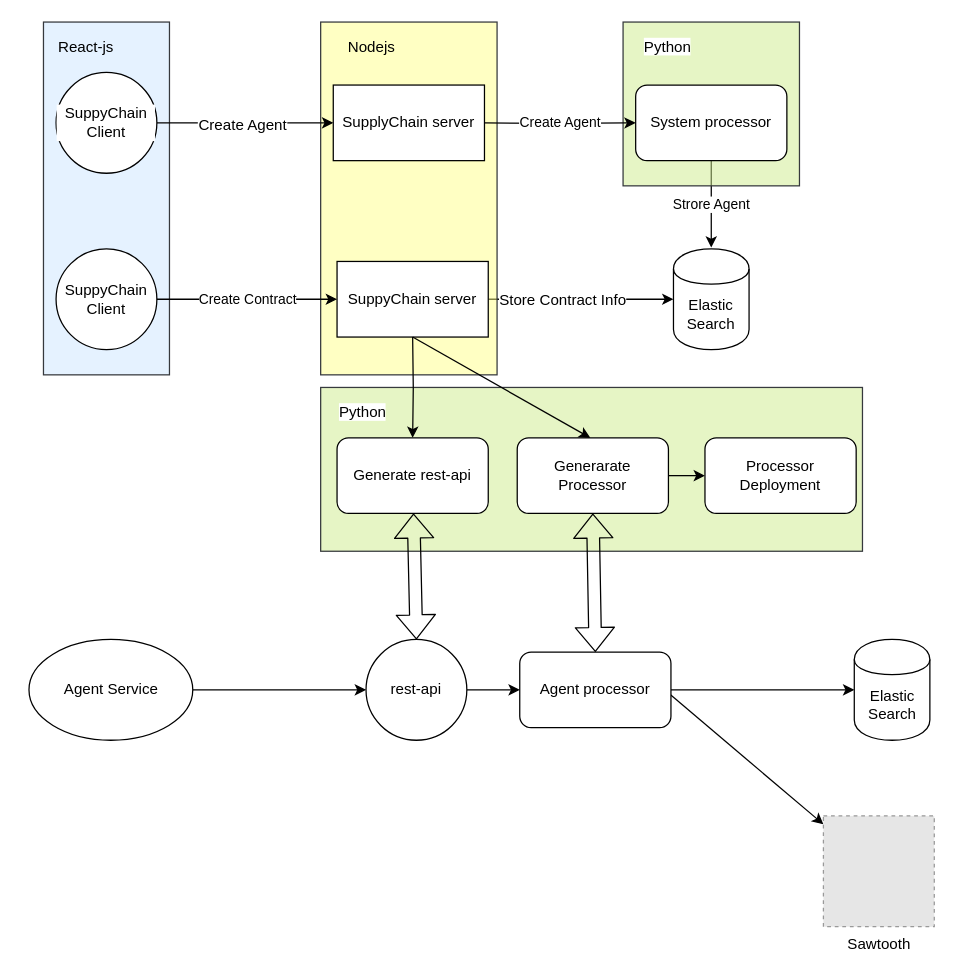
Before: page "Main" (1 of 2) of SupplyChainArchitecture.drawio in NTT-TNN/draw, a draw.io diagram. Source tidied: cells renumbered, new cells numbered last; positions are measured from the earlier drawing's top-left corner, leaving out a move shared by most shapes. Both pictures are drawn from the tidied source at 126%, with x=0, y=0 at pixel (28, 21). Pictures stored in the file or linked from it are replaced by grey dashed boxes.
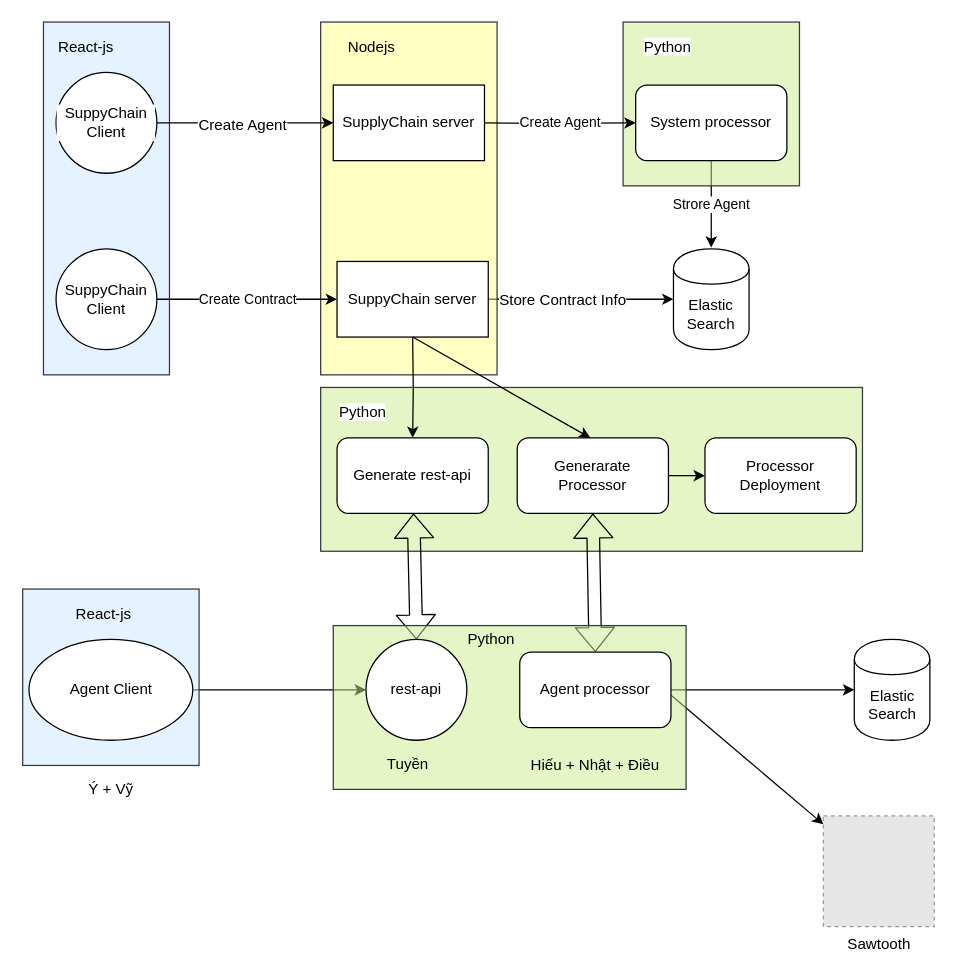
After the change.

The change refers to these unchanged cells:
```xml
<mxCell id="10" value="Elastic Search" style="shape=cylinder;whiteSpace=wrap;html=1;boundedLbl=1;backgroundOutline=1;" parent="1" vertex="1">
  <mxGeometry x="655.5" y="490" width="60" height="80" as="geometry" />
</mxCell>
<mxCell id="28" value="Generarate&lt;br&gt;Processor" style="rounded=1;whiteSpace=wrap;html=1;" parent="1" vertex="1">
  <mxGeometry x="388" y="330" width="120" height="60" as="geometry" />
</mxCell>
<mxCell id="31" value="Generate rest-api" style="rounded=1;whiteSpace=wrap;html=1;" parent="1" vertex="1">
  <mxGeometry x="245" y="330" width="120" height="60" as="geometry" />
</mxCell>
```

Change to the diagram source:
```diff
@@
-    <mxCell id="5" style="edgeStyle=orthogonalEdgeStyle;rounded=0;jettySize=auto;html=1;exitX=1;exitY=0.5;exitDx=0;exitDy=0;entryX=0;entryY=0.5;entryDx=0;entryDy=0;" parent="1" edge="1" source="6" target="13">
-      <mxGeometry relative="1" as="geometry" />
+    <mxCell id="5" style="edgeStyle=orthogonalEdgeStyle;rounded=0;orthogonalLoop=1;jettySize=auto;html=1;exitX=1;exitY=0.5;exitDx=0;exitDy=0;entryX=0;entryY=0.5;entryDx=0;entryDy=0;" parent="1" edge="1">
+      <mxGeometry relative="1" as="geometry">
+        <mxPoint x="131" y="530" as="sourcePoint" />
+        <mxPoint x="268" y="530" as="targetPoint" />
+      </mxGeometry>
     </mxCell>
-    <mxCell id="6" value="Agent Service" style="ellipse;whiteSpace=wrap;html=1;" parent="1" vertex="1">
-      <mxGeometry x="0.5" y="490" width="130" height="80" as="geometry" />
-    </mxCell>
-    <mxCell id="7" style="edgeStyle=none;rounded=0;jettySize=auto;html=1;exitX=1;exitY=0.5;exitDx=0;exitDy=0;entryX=0;entryY=0.5;entryDx=0;entryDy=0;" parent="1" edge="1" source="9" target="10">
-      <mxGeometry relative="1" as="geometry" />
+    <mxCell id="7" style="edgeStyle=none;rounded=0;jettySize=auto;html=1;exitX=1;exitY=0.5;exitDx=0;exitDy=0;entryX=0;entryY=0.5;entryDx=0;entryDy=0;" parent="1" edge="1" target="10">
+      <mxGeometry relative="1" as="geometry">
+        <mxPoint x="510" y="530" as="sourcePoint" />
+      </mxGeometry>
     </mxCell>
@@
-    <mxCell id="9" value="Agent processor" style="rounded=1;whiteSpace=wrap;html=1;" parent="1" vertex="1">
-      <mxGeometry x="390" y="500" width="120" height="60" as="geometry" />
-    </mxCell>
@@
-    <mxCell id="12" style="edgeStyle=orthogonalEdgeStyle;rounded=0;jettySize=auto;html=1;entryX=0;entryY=0.5;entryDx=0;entryDy=0;" parent="1" edge="1" source="13" target="9">
-      <mxGeometry relative="1" as="geometry" />
+    <mxCell id="12" style="edgeStyle=orthogonalEdgeStyle;rounded=0;orthogonalLoop=1;jettySize=auto;html=1;entryX=0;entryY=0.5;entryDx=0;entryDy=0;" parent="1" edge="1">
+      <mxGeometry relative="1" as="geometry">
+        <mxPoint x="390" y="530" as="targetPoint" />
+      </mxGeometry>
     </mxCell>
-    <mxCell id="13" value="rest-api" style="ellipse;whiteSpace=wrap;html=1;" parent="1" vertex="1">
-      <mxGeometry x="268" y="490" width="80" height="80" as="geometry" />
-    </mxCell>
@@
-    <mxCell id="37" style="shape=flexArrow;endArrow=classic;startArrow=classic;html=1;exitX=0.5;exitY=0;exitDx=0;exitDy=0;" parent="1" edge="1" source="13" target="31">
-      <mxGeometry relative="1" as="geometry" />
+    <mxCell id="37" style="shape=flexArrow;endArrow=classic;startArrow=classic;html=1;exitX=0.5;exitY=0;exitDx=0;exitDy=0;" parent="1" edge="1" target="31">
+      <mxGeometry relative="1" as="geometry">
+        <mxPoint x="308" y="490" as="sourcePoint" />
+      </mxGeometry>
     </mxCell>
-    <mxCell id="38" style="shape=flexArrow;endArrow=classic;startArrow=classic;html=1;entryX=0.5;entryY=1;entryDx=0;entryDy=0;exitX=0.5;exitY=0;exitDx=0;exitDy=0;" parent="1" edge="1" source="9" target="28">
-      <mxGeometry relative="1" as="geometry" />
+    <mxCell id="38" style="shape=flexArrow;endArrow=classic;startArrow=classic;html=1;entryX=0.5;entryY=1;entryDx=0;entryDy=0;exitX=0.5;exitY=0;exitDx=0;exitDy=0;" parent="1" edge="1" target="28">
+      <mxGeometry relative="1" as="geometry">
+        <mxPoint x="450" y="500" as="sourcePoint" />
+      </mxGeometry>
     </mxCell>
@@
+    <mxCell id="42" style="rounded=1;whiteSpace=wrap;html=1;labelBackgroundColor=#FFFFFF;arcSize=0;fillOpacity=50;fillColor=#cce5ff;strokeColor=#36393d;" parent="1" vertex="1">
+      <mxGeometry x="-4.5" y="450" width="140" height="140" as="geometry" />
+    </mxCell>
+    <mxCell id="43" value="Agent Client&lt;br&gt;" style="ellipse;whiteSpace=wrap;html=1;" parent="1" vertex="1">
+      <mxGeometry x="0.5" y="490" width="130" height="80" as="geometry" />
+    </mxCell>
+    <mxCell id="44" value="React-js" style="text;html=1;align=left;verticalAlign=top;spacingTop=-4;" parent="1" vertex="1">
+      <mxGeometry x="35.5" y="460" width="60" height="20" as="geometry" />
+    </mxCell>
+    <mxCell id="45" style="rounded=1;whiteSpace=wrap;html=1;labelBackgroundColor=#FFFFFF;arcSize=0;fillOpacity=50;fillColor=#cdeb8b;strokeColor=#36393d;" parent="1" vertex="1">
+      <mxGeometry x="242" y="479" width="280" height="130" as="geometry" />
+    </mxCell>
+    <mxCell id="9" value="Agent processor" style="rounded=1;whiteSpace=wrap;html=1;" parent="1" vertex="1">
+      <mxGeometry x="390" y="500" width="120" height="60" as="geometry" />
+    </mxCell>
+    <mxCell id="13" value="rest-api" style="ellipse;whiteSpace=wrap;html=1;" parent="1" vertex="1">
+      <mxGeometry x="268" y="490" width="80" height="80" as="geometry" />
+    </mxCell>
+    <mxCell id="46" value="Python" style="text;html=1;align=left;verticalAlign=top;spacingTop=-4;" parent="1" vertex="1">
+      <mxGeometry x="347" y="480" width="50" height="20" as="geometry" />
+    </mxCell>
+    <mxCell id="47" value="Ý + Vỹ" style="text;html=1;align=left;verticalAlign=top;spacingTop=-4;" parent="1" vertex="1">
+      <mxGeometry x="45.5" y="599" width="50" height="20" as="geometry" />
+    </mxCell>
+    <mxCell id="48" value="Tuyền" style="text;html=1;align=left;verticalAlign=top;spacingTop=-4;" parent="1" vertex="1">
+      <mxGeometry x="283" y="579" width="50" height="20" as="geometry" />
+    </mxCell>
+    <mxCell id="49" value="Hiếu + Nhật + Điều" style="text;html=1;align=left;verticalAlign=top;spacingTop=-4;" parent="1" vertex="1">
+      <mxGeometry x="397" y="580" width="120" height="20" as="geometry" />
+    </mxCell>
```
